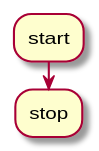
This is other-diagram.svg from paskahlisanjas/diagram-as-code, a PlantUML export, as it was before one commit. Source of this version:
```plantuml
@startuml other-diagram

:start;
:stop;

@enduml
```
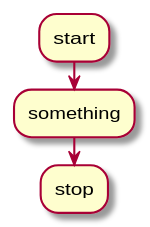
The same diagram one commit later.

Commit message:
chore: re-generate UML diagrams

Change to the diagram source:
```diff
@@ -1,6 +1,7 @@
 @startuml other-diagram
 
 :start;
+:something;
 :stop;
 
 @enduml
```
